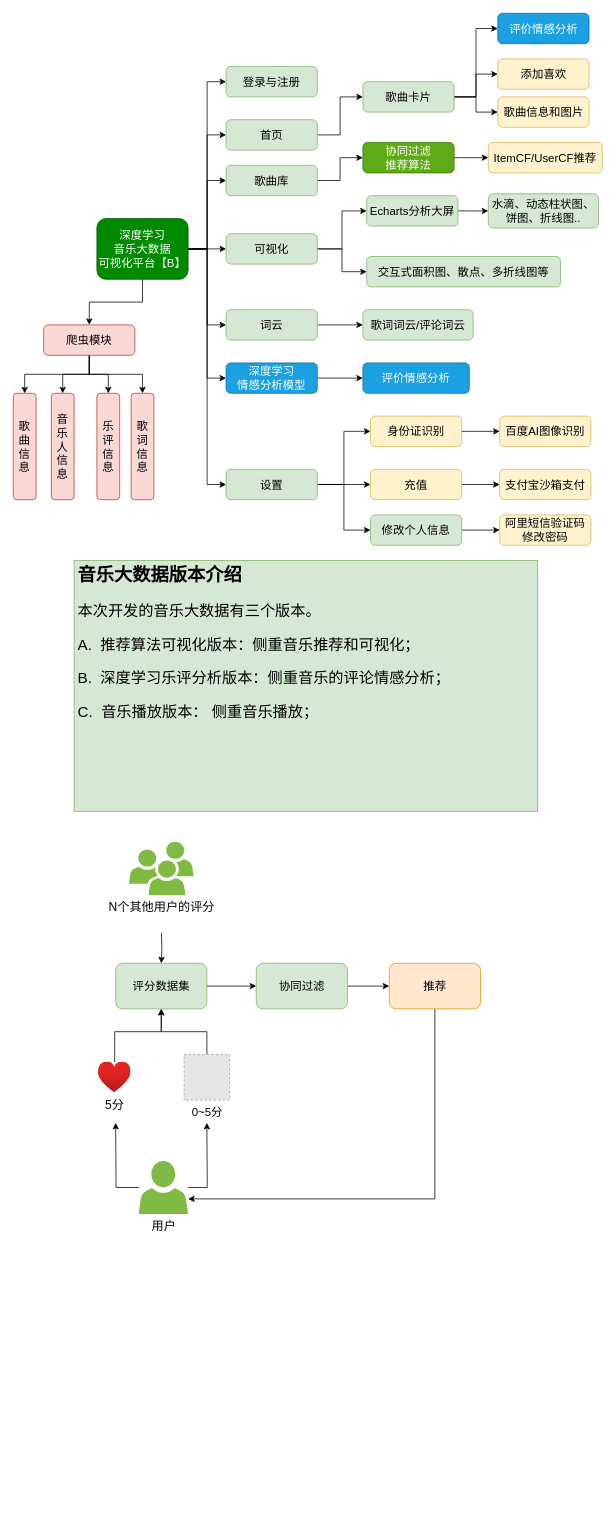
Before: FLASK/flask-音乐大数据【B】.drawio in redcomet88/DRAW, a draw.io diagram. Source tidied: cells renumbered, new cells numbered last; positions are measured from the earlier drawing's top-left corner, leaving out a move shared by most shapes. Both pictures are drawn from the tidied source at 76%, with x=0, y=0 at pixel (13, 13). Pictures stored in the file or linked from it are replaced by grey dashed boxes.
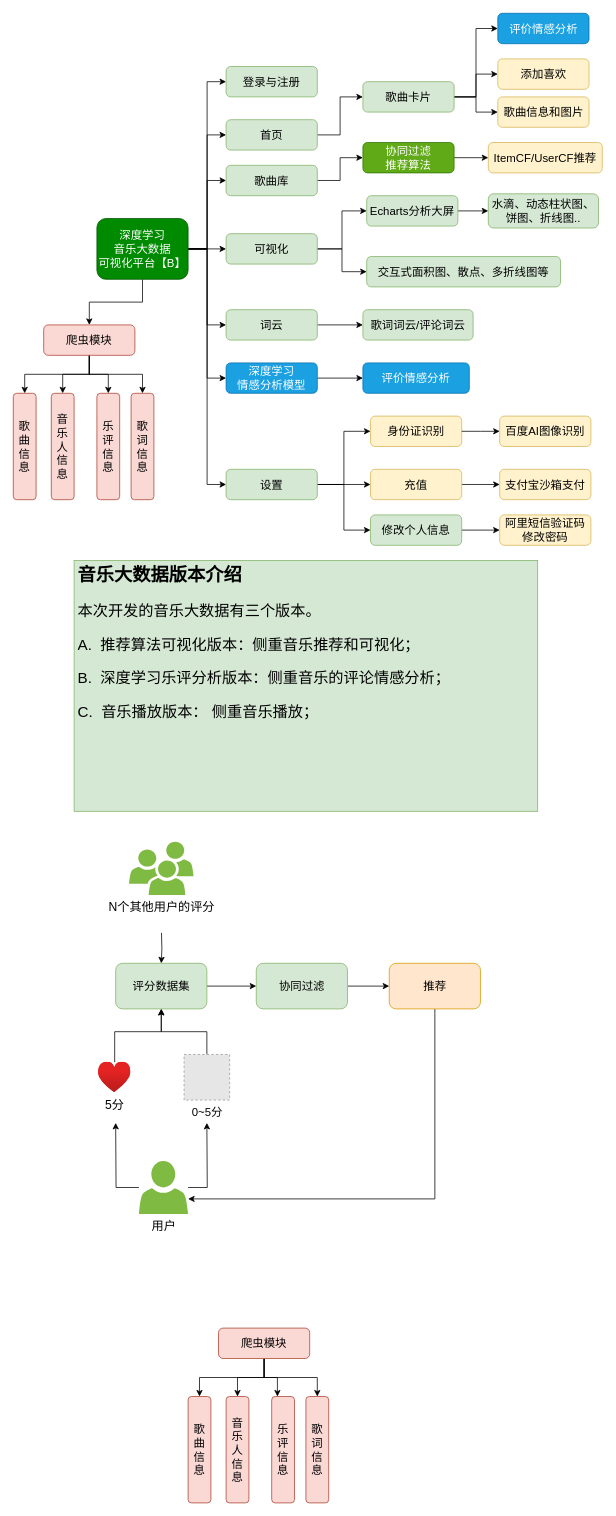
The same page after the edit.

Commit message:
更新flask-音乐大数据【B】.drawio

The edit, as a diff of the source:
```diff
@@
+    <mxCell id="77" style="edgeStyle=orthogonalEdgeStyle;rounded=0;jettySize=auto;html=1;exitX=0.5;exitY=1;exitDx=0;exitDy=0;entryX=0.5;entryY=0;entryDx=0;entryDy=0;fontSize=20;" parent="1" edge="1" source="81" target="82">
+      <mxGeometry relative="1" as="geometry" />
+    </mxCell>
+    <mxCell id="78" style="edgeStyle=orthogonalEdgeStyle;rounded=0;jettySize=auto;html=1;exitX=0.5;exitY=1;exitDx=0;exitDy=0;entryX=0.5;entryY=0;entryDx=0;entryDy=0;fontSize=20;" parent="1" edge="1" source="81" target="83">
+      <mxGeometry relative="1" as="geometry" />
+    </mxCell>
+    <mxCell id="79" style="edgeStyle=orthogonalEdgeStyle;rounded=0;jettySize=auto;html=1;exitX=0.5;exitY=1;exitDx=0;exitDy=0;entryX=0.25;entryY=0;entryDx=0;entryDy=0;fontSize=20;" parent="1" edge="1" source="81" target="84">
+      <mxGeometry relative="1" as="geometry" />
+    </mxCell>
+    <mxCell id="80" style="edgeStyle=orthogonalEdgeStyle;rounded=0;jettySize=auto;html=1;exitX=0.5;exitY=1;exitDx=0;exitDy=0;entryX=0.5;entryY=0;entryDx=0;entryDy=0;fontSize=20;" parent="1" edge="1" source="81" target="85">
+      <mxGeometry relative="1" as="geometry" />
+    </mxCell>
+    <mxCell id="81" value="爬虫模块" style="rounded=1;whiteSpace=wrap;html=1;fontSize=15;fillColor=#fad9d5;strokeColor=#ae4132;" parent="1" vertex="1">
+      <mxGeometry x="270" y="1730" width="120" height="40" as="geometry" />
+    </mxCell>
+    <mxCell id="82" value="歌曲信息" style="rounded=1;whiteSpace=wrap;html=1;fontSize=15;fillColor=#fad9d5;strokeColor=#ae4132;" parent="1" vertex="1">
+      <mxGeometry x="230" y="1820" width="30" height="140" as="geometry" />
+    </mxCell>
+    <mxCell id="83" value="音乐人信息" style="rounded=1;whiteSpace=wrap;html=1;fontSize=15;fillColor=#fad9d5;strokeColor=#ae4132;" parent="1" vertex="1">
+      <mxGeometry x="280" y="1820" width="30" height="140" as="geometry" />
+    </mxCell>
+    <mxCell id="84" value="乐评信息" style="rounded=1;whiteSpace=wrap;html=1;fontSize=15;fillColor=#fad9d5;strokeColor=#ae4132;" parent="1" vertex="1">
+      <mxGeometry x="340" y="1820" width="30" height="140" as="geometry" />
+    </mxCell>
+    <mxCell id="85" value="歌词信息" style="rounded=1;whiteSpace=wrap;html=1;fontSize=15;fillColor=#fad9d5;strokeColor=#ae4132;" parent="1" vertex="1">
+      <mxGeometry x="385" y="1820" width="30" height="140" as="geometry" />
+    </mxCell>
```
